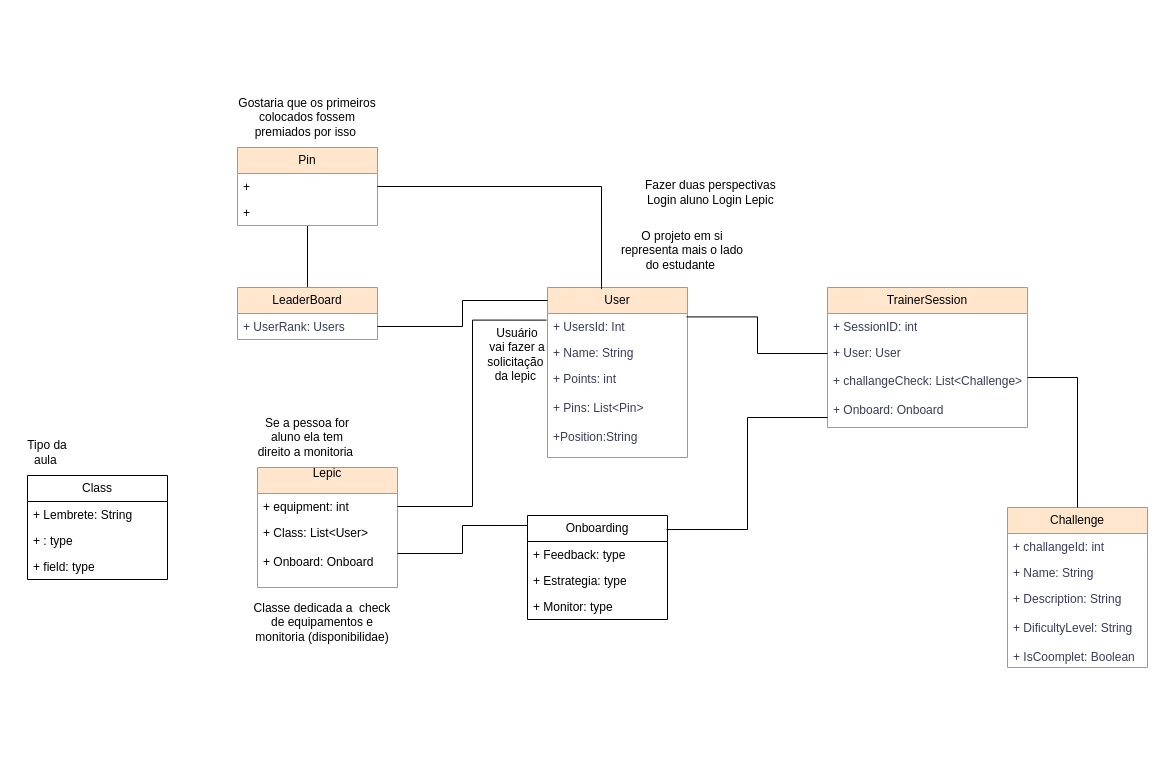
DevCodeMathias/Fiap_challange-2024 keeps this draw.io diagram as src/Model/doc/UML_fiap.drawio. Above is the earlier version. Source tidied: cells renumbered, new cells numbered last; positions are measured from the earlier drawing's top-left corner, leaving out a move shared by most shapes. Both pictures are drawn from the tidied source at 100%, with x=0, y=0 at pixel (17, 77).
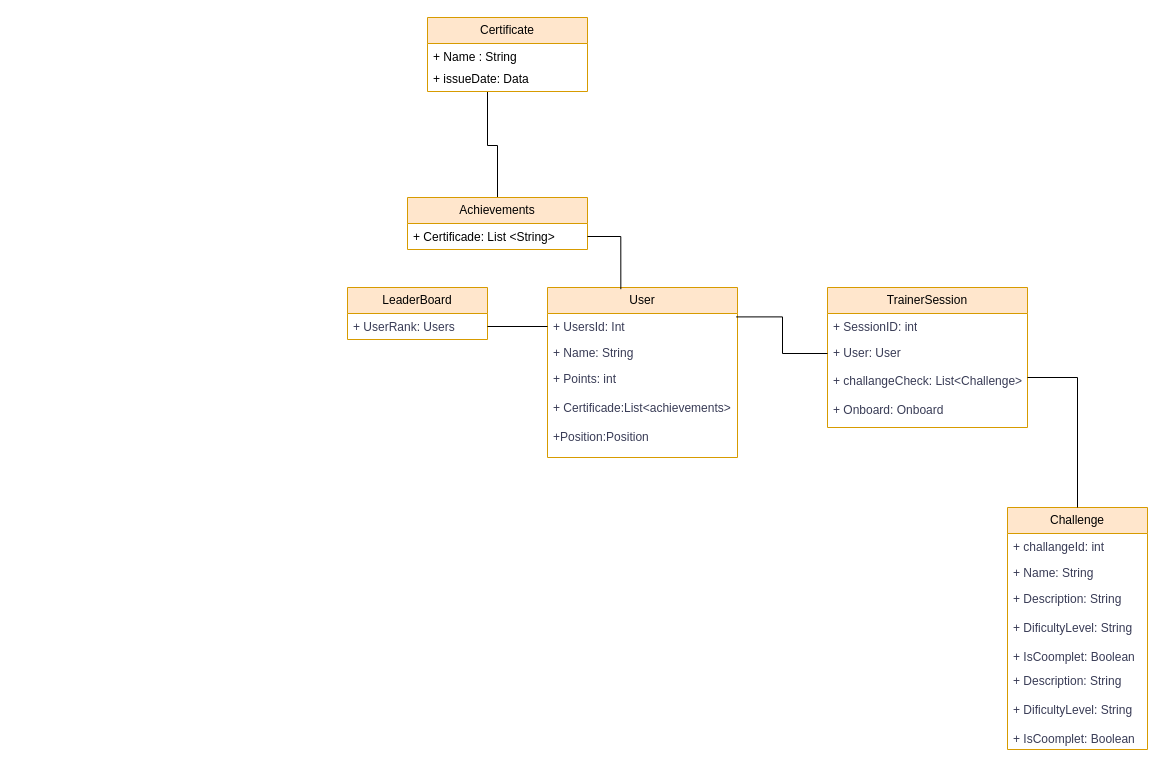
Above is the later version.

Unchanged cells that the change refers to:
```xml
<mxCell id="8" value="+ UserRank: Users" style="text;strokeColor=none;fillColor=none;align=left;verticalAlign=top;spacingLeft=4;spacingRight=4;overflow=hidden;points=[[0,0.5],[1,0.5]];portConstraint=eastwest;whiteSpace=wrap;html=1;labelBackgroundColor=none;fontColor=#393C56;" parent="7" vertex="1">
  <mxGeometry y="26" width="140" height="26" as="geometry" />
</mxCell>
<mxCell id="12" value="+ challangeCheck: List&amp;lt;Challenge&amp;gt;&lt;div&gt;&lt;br&gt;&lt;/div&gt;&lt;div&gt;+ Onboard: Onboard&lt;div&gt;&lt;br&gt;&lt;/div&gt;&lt;/div&gt;" style="text;strokeColor=none;fillColor=none;align=left;verticalAlign=top;spacingLeft=4;spacingRight=4;overflow=hidden;points=[[0,0.5],[1,0.5]];portConstraint=eastwest;whiteSpace=wrap;html=1;labelBackgroundColor=none;fontColor=#393C56;" parent="9" vertex="1">
  <mxGeometry y="80" width="200" height="60" as="geometry" />
</mxCell>
```

The edit, as a diff of the source:
```diff
@@
     <mxCell id="2" value="User" style="swimlane;fontStyle=0;horizontal=1;startSize=26;fillColor=#ffe6cc;whiteSpace=wrap;html=1;labelBackgroundColor=none;strokeColor=#d79b00;" parent="1" vertex="1">
-      <mxGeometry x="530" y="210" width="140" height="170" as="geometry" />
+      <mxGeometry x="530" y="210" width="190" height="170" as="geometry" />
     </mxCell>
     <mxCell id="3" value="+ UsersId: Int" style="text;strokeColor=none;fillColor=none;align=left;verticalAlign=top;spacingLeft=4;spacingRight=4;overflow=hidden;points=[[0,0.5],[1,0.5]];portConstraint=eastwest;whiteSpace=wrap;html=1;labelBackgroundColor=none;fontColor=#393C56;" parent="2" vertex="1">
-      <mxGeometry y="26" width="140" height="26" as="geometry" />
+      <mxGeometry y="26" width="190" height="26" as="geometry" />
     </mxCell>
     <mxCell id="4" value="+ Name: String" style="text;strokeColor=none;fillColor=none;align=left;verticalAlign=top;spacingLeft=4;spacingRight=4;overflow=hidden;whiteSpace=wrap;html=1;labelBackgroundColor=none;fontColor=#393C56;" parent="2" vertex="1">
-      <mxGeometry y="52" width="140" height="26" as="geometry" />
+      <mxGeometry y="52" width="190" height="26" as="geometry" />
     </mxCell>
-    <mxCell id="5" value="+ Points: int&lt;div&gt;&lt;br&gt;&lt;/div&gt;&lt;div&gt;+ Pins: List&amp;lt;Pin&amp;gt;&lt;/div&gt;&lt;div&gt;&lt;br&gt;&lt;div&gt;+Position:String&lt;/div&gt;&lt;/div&gt;" style="text;strokeColor=none;fillColor=none;align=left;verticalAlign=top;spacingLeft=4;spacingRight=4;overflow=hidden;whiteSpace=wrap;html=1;labelBackgroundColor=none;fontColor=#393C56;" parent="2" vertex="1">
-      <mxGeometry y="78" width="140" height="92" as="geometry" />
+    <mxCell id="5" value="+ Points: int&lt;div&gt;&lt;br&gt;&lt;/div&gt;&lt;div&gt;+ Certificade:List&amp;lt;achievements&amp;gt;&lt;/div&gt;&lt;div&gt;&lt;br&gt;&lt;div&gt;+Position:Position&lt;/div&gt;&lt;/div&gt;" style="text;strokeColor=none;fillColor=none;align=left;verticalAlign=top;spacingLeft=4;spacingRight=4;overflow=hidden;whiteSpace=wrap;html=1;labelBackgroundColor=none;fontColor=#393C56;" parent="2" vertex="1">
+      <mxGeometry y="78" width="190" height="92" as="geometry" />
     </mxCell>
-    <mxCell id="6" style="edgeStyle=orthogonalEdgeStyle;rounded=0;jettySize=auto;html=1;endArrow=none;endFill=0;" parent="1" edge="1" source="7" target="24">
-      <mxGeometry relative="1" as="geometry" />
-    </mxCell>
     <mxCell id="7" value="LeaderBoard" style="swimlane;fontStyle=0;horizontal=1;startSize=26;fillColor=#ffe6cc;whiteSpace=wrap;html=1;labelBackgroundColor=none;strokeColor=#d79b00;" parent="1" vertex="1">
-      <mxGeometry x="220" y="210" width="140" height="52" as="geometry" />
+      <mxGeometry x="330" y="210" width="140" height="52" as="geometry" />
     </mxCell>
@@
     <mxCell id="13" value="Challenge" style="swimlane;fontStyle=0;horizontal=1;startSize=26;fillColor=#ffe6cc;whiteSpace=wrap;html=1;labelBackgroundColor=none;strokeColor=#d79b00;" parent="1" vertex="1">
-      <mxGeometry x="990" y="430" width="140" height="160" as="geometry" />
+      <mxGeometry x="990" y="430" width="140" height="242" as="geometry" />
     </mxCell>
@@
+    <mxCell id="45" value="+ Description: String&lt;div&gt;&lt;br&gt;&lt;/div&gt;&lt;div&gt;+ DificultyLevel: String&lt;br&gt;&lt;/div&gt;&lt;div&gt;&lt;br&gt;&lt;/div&gt;&lt;div&gt;+ IsCoomplet: Boolean&lt;br&gt;&lt;/div&gt;" style="text;strokeColor=none;fillColor=none;align=left;verticalAlign=top;spacingLeft=4;spacingRight=4;overflow=hidden;whiteSpace=wrap;html=1;labelBackgroundColor=none;fontColor=#393C56;" parent="13" vertex="1">
+      <mxGeometry y="78" width="140" height="82" as="geometry" />
+    </mxCell>
     <mxCell id="16" value="+ Description: String&lt;div&gt;&lt;br&gt;&lt;/div&gt;&lt;div&gt;+ DificultyLevel: String&lt;br&gt;&lt;/div&gt;&lt;div&gt;&lt;br&gt;&lt;/div&gt;&lt;div&gt;+ IsCoomplet: Boolean&lt;br&gt;&lt;/div&gt;" style="text;strokeColor=none;fillColor=none;align=left;verticalAlign=top;spacingLeft=4;spacingRight=4;overflow=hidden;whiteSpace=wrap;html=1;labelBackgroundColor=none;fontColor=#393C56;" parent="13" vertex="1">
-      <mxGeometry y="78" width="140" height="82" as="geometry" />
+      <mxGeometry y="160" width="140" height="82" as="geometry" />
     </mxCell>
@@
-    <mxCell id="19" style="edgeStyle=orthogonalEdgeStyle;rounded=0;jettySize=auto;html=1;fontColor=#393C56;endArrow=none;endFill=0;" parent="1" edge="1" source="8">
-      <mxGeometry relative="1" as="geometry">
-        <mxPoint x="530" y="223" as="targetPoint" />
-        <Array as="points">
-          <mxPoint x="445" y="249" />
-          <mxPoint x="445" y="223" />
-        </Array>
-      </mxGeometry>
-    </mxCell>
-    <mxCell id="20" value="Lepic&lt;div&gt;&lt;br&gt;&lt;/div&gt;" style="swimlane;fontStyle=0;horizontal=1;startSize=26;fillColor=#ffe6cc;whiteSpace=wrap;html=1;strokeColor=#d79b00;" parent="1" vertex="1">
-      <mxGeometry x="240" y="390" width="140" height="120" as="geometry" />
-    </mxCell>
-    <mxCell id="21" value="+ equipment: int" style="text;strokeColor=none;fillColor=none;align=left;verticalAlign=top;spacingLeft=4;spacingRight=4;overflow=hidden;points=[[0,0.5],[1,0.5]];portConstraint=eastwest;whiteSpace=wrap;html=1;" parent="20" vertex="1">
-      <mxGeometry y="26" width="140" height="26" as="geometry" />
-    </mxCell>
-    <mxCell id="22" value="+ Class: List&amp;lt;User&amp;gt;&lt;div&gt;&lt;br&gt;&lt;/div&gt;&lt;div&gt;+ Onboard: Onboard&lt;div&gt;&lt;br&gt;&lt;/div&gt;&lt;/div&gt;&lt;div&gt;&lt;br&gt;&lt;/div&gt;" style="text;strokeColor=none;fillColor=none;align=left;verticalAlign=top;spacingLeft=4;spacingRight=4;overflow=hidden;points=[[0,0.5],[1,0.5]];portConstraint=eastwest;whiteSpace=wrap;html=1;" parent="20" vertex="1">
-      <mxGeometry y="52" width="140" height="68" as="geometry" />
-    </mxCell>
-    <mxCell id="23" style="edgeStyle=orthogonalEdgeStyle;rounded=0;jettySize=auto;html=1;entryX=-0.007;entryY=0.192;entryDx=0;entryDy=0;entryPerimeter=0;endArrow=none;endFill=0;" parent="1" edge="1" source="21" target="2">
-      <mxGeometry relative="1" as="geometry" />
-    </mxCell>
+    <mxCell id="46" style="edgeStyle=orthogonalEdgeStyle;rounded=0;orthogonalLoop=1;jettySize=auto;html=1;endArrow=none;endFill=0;" parent="1" edge="1">
+      <mxGeometry relative="1" as="geometry">
+        <mxPoint x="460" y="120" as="sourcePoint" />
+        <mxPoint x="470" y="14" as="targetPoint" />
+        <Array as="points">
+          <mxPoint x="480" y="120" />
+          <mxPoint x="480" y="68" />
+          <mxPoint x="470" y="68" />
+        </Array>
+      </mxGeometry>
+    </mxCell>
-    <mxCell id="24" value="Pin" style="swimlane;fontStyle=0;horizontal=1;startSize=26;fillColor=#ffe6cc;whiteSpace=wrap;html=1;strokeColor=#d79b00;" parent="1" vertex="1">
-      <mxGeometry x="220" y="70" width="140" height="78" as="geometry" />
+    <mxCell id="24" value="Achievements" style="swimlane;fontStyle=0;horizontal=1;startSize=26;fillColor=#ffe6cc;whiteSpace=wrap;html=1;strokeColor=#d79b00;" parent="1" vertex="1">
+      <mxGeometry x="390" y="120" width="180" height="52" as="geometry" />
     </mxCell>
-    <mxCell id="25" value="+&amp;nbsp;" style="text;strokeColor=none;fillColor=none;align=left;verticalAlign=top;spacingLeft=4;spacingRight=4;overflow=hidden;points=[[0,0.5],[1,0.5]];portConstraint=eastwest;whiteSpace=wrap;html=1;" parent="24" vertex="1">
-      <mxGeometry y="26" width="140" height="26" as="geometry" />
+    <mxCell id="25" value="+ Certificade: List &amp;lt;String&amp;gt;&lt;div&gt;&lt;br&gt;&lt;/div&gt;" style="text;strokeColor=none;fillColor=none;align=left;verticalAlign=top;spacingLeft=4;spacingRight=4;overflow=hidden;points=[[0,0.5],[1,0.5]];portConstraint=eastwest;whiteSpace=wrap;html=1;" parent="24" vertex="1">
+      <mxGeometry y="26" width="180" height="26" as="geometry" />
     </mxCell>
-    <mxCell id="26" value="+" style="text;strokeColor=none;fillColor=none;align=left;verticalAlign=top;spacingLeft=4;spacingRight=4;overflow=hidden;whiteSpace=wrap;html=1;" parent="24" vertex="1">
-      <mxGeometry y="52" width="140" height="26" as="geometry" />
-    </mxCell>
@@
-    <mxCell id="28" value="Gostaria que os primeiros colocados fossem premiados por isso&amp;nbsp;" style="text;strokeColor=none;align=center;fillColor=none;html=1;verticalAlign=middle;whiteSpace=wrap;rounded=0;" parent="1" vertex="1">
-      <mxGeometry x="215" width="150" height="80" as="geometry" />
-    </mxCell>
-    <mxCell id="29" value="Se a pessoa for aluno ela tem direito a monitoria&amp;nbsp;" style="text;strokeColor=none;align=center;fillColor=none;html=1;verticalAlign=middle;whiteSpace=wrap;rounded=0;" parent="1" vertex="1">
-      <mxGeometry x="235" y="330" width="110" height="60" as="geometry" />
-    </mxCell>
-    <mxCell id="30" value="O projeto em si representa mais o lado do estudante&amp;nbsp;" style="text;strokeColor=none;align=center;fillColor=none;html=1;verticalAlign=middle;whiteSpace=wrap;rounded=0;" parent="1" vertex="1">
-      <mxGeometry x="600" y="148" width="130" height="50" as="geometry" />
-    </mxCell>
-    <mxCell id="31" value="Onboarding" style="swimlane;fontStyle=0;horizontal=1;startSize=26;fillColor=none;whiteSpace=wrap;html=1;" parent="1" vertex="1">
-      <mxGeometry x="510" y="438" width="140" height="104" as="geometry" />
-    </mxCell>
-    <mxCell id="32" value="+ Feedback: type" style="text;strokeColor=none;fillColor=none;align=left;verticalAlign=top;spacingLeft=4;spacingRight=4;overflow=hidden;whiteSpace=wrap;html=1;" parent="31" vertex="1">
-      <mxGeometry y="26" width="140" height="26" as="geometry" />
-    </mxCell>
-    <mxCell id="33" value="+ Estrategia: type" style="text;strokeColor=none;fillColor=none;align=left;verticalAlign=top;spacingLeft=4;spacingRight=4;overflow=hidden;whiteSpace=wrap;html=1;" parent="31" vertex="1">
-      <mxGeometry y="52" width="140" height="26" as="geometry" />
-    </mxCell>
-    <mxCell id="34" value="+ Monitor: type" style="text;strokeColor=none;fillColor=none;align=left;verticalAlign=top;spacingLeft=4;spacingRight=4;overflow=hidden;whiteSpace=wrap;html=1;" parent="31" vertex="1">
-      <mxGeometry y="78" width="140" height="26" as="geometry" />
-    </mxCell>
-    <mxCell id="35" value="&amp;nbsp;Classe dedicada a&amp;nbsp; check&amp;nbsp; de equipamentos e monitoria (disponibilidae)" style="text;strokeColor=none;align=center;fillColor=none;html=1;verticalAlign=middle;whiteSpace=wrap;rounded=0;" parent="1" vertex="1">
-      <mxGeometry x="230" y="530" width="150" height="30" as="geometry" />
-    </mxCell>
-    <mxCell id="36" style="edgeStyle=orthogonalEdgeStyle;rounded=0;jettySize=auto;html=1;entryX=0;entryY=0.096;entryDx=0;entryDy=0;entryPerimeter=0;endArrow=none;endFill=0;" parent="1" edge="1" source="22" target="31">
-      <mxGeometry relative="1" as="geometry" />
-    </mxCell>
-    <mxCell id="37" style="edgeStyle=orthogonalEdgeStyle;rounded=0;jettySize=auto;html=1;entryX=0.993;entryY=0.135;entryDx=0;entryDy=0;entryPerimeter=0;endArrow=none;endFill=0;" parent="1" edge="1" source="12" target="31">
-      <mxGeometry relative="1" as="geometry">
-        <Array as="points">
-          <mxPoint x="730" y="340" />
-          <mxPoint x="730" y="452" />
-        </Array>
-      </mxGeometry>
-    </mxCell>
-    <mxCell id="38" value="Usuário vai fazer a solicitação&amp;nbsp; da lepic&amp;nbsp;" style="text;strokeColor=none;align=center;fillColor=none;html=1;verticalAlign=middle;whiteSpace=wrap;rounded=0;" parent="1" vertex="1">
-      <mxGeometry x="470" y="262" width="60" height="30" as="geometry" />
-    </mxCell>
-    <mxCell id="39" value="Class" style="swimlane;fontStyle=0;horizontal=1;startSize=26;fillColor=none;whiteSpace=wrap;html=1;" parent="1" vertex="1">
-      <mxGeometry x="10" y="398" width="140" height="104" as="geometry" />
-    </mxCell>
-    <mxCell id="40" value="+ Lembrete: String" style="text;strokeColor=none;fillColor=none;align=left;verticalAlign=top;spacingLeft=4;spacingRight=4;overflow=hidden;whiteSpace=wrap;html=1;" parent="39" vertex="1">
-      <mxGeometry y="26" width="140" height="26" as="geometry" />
-    </mxCell>
-    <mxCell id="41" value="+ : type" style="text;strokeColor=none;fillColor=none;align=left;verticalAlign=top;spacingLeft=4;spacingRight=4;overflow=hidden;whiteSpace=wrap;html=1;" parent="39" vertex="1">
-      <mxGeometry y="52" width="140" height="26" as="geometry" />
-    </mxCell>
-    <mxCell id="42" value="+ field: type" style="text;strokeColor=none;fillColor=none;align=left;verticalAlign=top;spacingLeft=4;spacingRight=4;overflow=hidden;whiteSpace=wrap;html=1;" parent="39" vertex="1">
-      <mxGeometry y="78" width="140" height="26" as="geometry" />
-    </mxCell>
-    <mxCell id="43" value="Tipo da aula&amp;nbsp;" style="text;strokeColor=none;align=center;fillColor=none;html=1;verticalAlign=middle;whiteSpace=wrap;rounded=0;" parent="1" vertex="1">
-      <mxGeometry y="360" width="60" height="30" as="geometry" />
-    </mxCell>
-    <mxCell id="44" value="Fazer duas perspectivas&amp;nbsp;&lt;div&gt;Login aluno Login Lepic&amp;nbsp;&lt;/div&gt;" style="text;strokeColor=none;align=center;fillColor=none;html=1;verticalAlign=middle;whiteSpace=wrap;rounded=0;" parent="1" vertex="1">
-      <mxGeometry x="590" y="80" width="210" height="70" as="geometry" />
-    </mxCell>
+    <mxCell id="47" style="edgeStyle=orthogonalEdgeStyle;rounded=0;jettySize=auto;html=1;entryX=0;entryY=0.5;entryDx=0;entryDy=0;endArrow=none;endFill=0;" parent="1" edge="1" source="8" target="3">
+      <mxGeometry relative="1" as="geometry" />
+    </mxCell>
+    <mxCell id="48" value="Certificate" style="swimlane;fontStyle=0;horizontal=1;startSize=26;fillColor=#ffe6cc;whiteSpace=wrap;html=1;strokeColor=#d79b00;" parent="1" vertex="1">
+      <mxGeometry x="410" y="-60" width="160" height="74" as="geometry" />
+    </mxCell>
+    <mxCell id="49" value="+ Name : String" style="text;strokeColor=none;fillColor=none;align=left;verticalAlign=top;spacingLeft=4;spacingRight=4;overflow=hidden;whiteSpace=wrap;html=1;" parent="48" vertex="1">
+      <mxGeometry y="26" width="160" height="22" as="geometry" />
+    </mxCell>
+    <mxCell id="50" value="+ issueDate: Data&amp;nbsp;" style="text;strokeColor=none;fillColor=none;align=left;verticalAlign=top;spacingLeft=4;spacingRight=4;overflow=hidden;whiteSpace=wrap;html=1;" parent="48" vertex="1">
+      <mxGeometry y="48" width="160" height="26" as="geometry" />
+    </mxCell>
```
